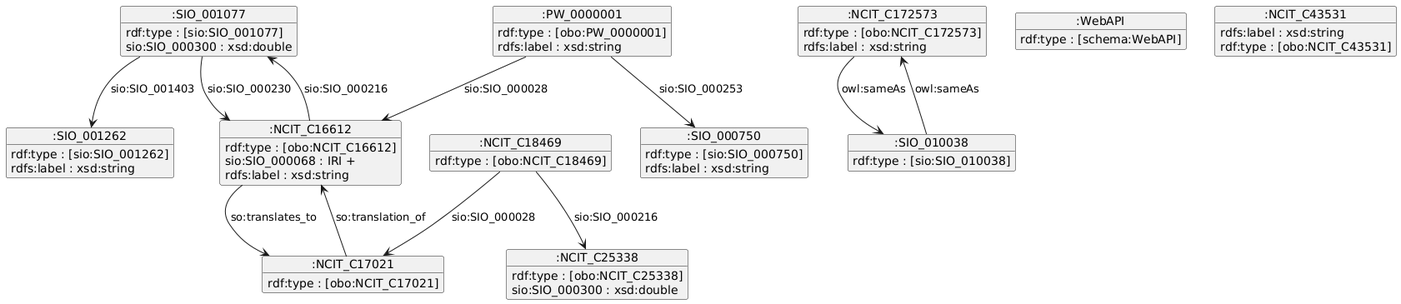
BioDataFuse/pyBiodatafuse keeps this PlantUML diagram as examples/data/gene_to_graph_workflow/BDF_example_shacl.png. Above is the earlier version.
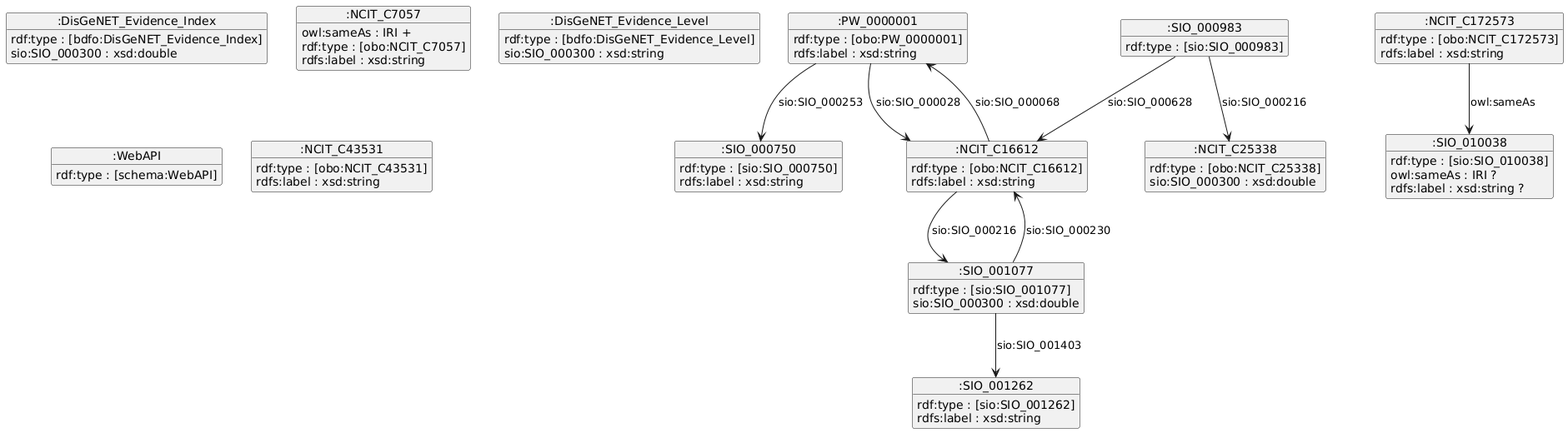
Later version of the same file.

The edit, as a diff of the source:
```diff
@@ -1,22 +1,41 @@
 @startuml
+object ":PW_0000001" as _PW_0000001 {
+rdf:type : [obo:PW_0000001]
+rdfs:label : xsd:string
+}
+
+object ":SIO_010038" as _SIO_010038 {
+rdf:type : [sio:SIO_010038]
+owl:sameAs : IRI ?
+rdfs:label : xsd:string ?
+}
+
+object ":SIO_000983" as _SIO_000983 {
+rdf:type : [sio:SIO_000983]
+}
+
+object ":DisGeNET_Evidence_Index" as _DisGeNET_Evidence_Index {
+rdf:type : [bdfo:DisGeNET_Evidence_Index]
+sio:SIO_000300 : xsd:double
+}
+
+object ":NCIT_C25338" as _NCIT_C25338 {
+rdf:type : [obo:NCIT_C25338]
+sio:SIO_000300 : xsd:double
+}
+
 object ":SIO_001077" as _SIO_001077 {
 rdf:type : [sio:SIO_001077]
 sio:SIO_000300 : xsd:double
 }
 
-object ":NCIT_C16612" as _NCIT_C16612 {
-rdf:type : [obo:NCIT_C16612]
-sio:SIO_000068 : IRI +
+object ":NCIT_C172573" as _NCIT_C172573 {
+rdf:type : [obo:NCIT_C172573]
 rdfs:label : xsd:string
 }
 
-object ":PW_0000001" as _PW_0000001 {
-rdf:type : [obo:PW_0000001]
-rdfs:label : xsd:string
-}
-
-object ":NCIT_C172573" as _NCIT_C172573 {
-rdf:type : [obo:NCIT_C172573]
+object ":SIO_000750" as _SIO_000750 {
+rdf:type : [sio:SIO_000750]
 rdfs:label : xsd:string
 }
 
@@ -25,46 +44,38 @@
 rdfs:label : xsd:string
 }
 
-object ":SIO_010038" as _SIO_010038 {
-rdf:type : [sio:SIO_010038]
+object ":NCIT_C7057" as _NCIT_C7057 {
+owl:sameAs : IRI +
+rdf:type : [obo:NCIT_C7057]
+rdfs:label : xsd:string
 }
 
-object ":NCIT_C18469" as _NCIT_C18469 {
-rdf:type : [obo:NCIT_C18469]
+object ":DisGeNET_Evidence_Level" as _DisGeNET_Evidence_Level {
+rdf:type : [bdfo:DisGeNET_Evidence_Level]
+sio:SIO_000300 : xsd:string
 }
 
-object ":NCIT_C25338" as _NCIT_C25338 {
-rdf:type : [obo:NCIT_C25338]
-sio:SIO_000300 : xsd:double
+object ":NCIT_C16612" as _NCIT_C16612 {
+rdf:type : [obo:NCIT_C16612]
+rdfs:label : xsd:string
 }
 
 object ":WebAPI" as _WebAPI {
 rdf:type : [schema:WebAPI]
 }
 
-object ":SIO_000750" as _SIO_000750 {
-rdf:type : [sio:SIO_000750]
+object ":NCIT_C43531" as _NCIT_C43531 {
+rdf:type : [obo:NCIT_C43531]
 rdfs:label : xsd:string
 }
 
-object ":NCIT_C17021" as _NCIT_C17021 {
-rdf:type : [obo:NCIT_C17021]
-}
-
-object ":NCIT_C43531" as _NCIT_C43531 {
-rdfs:label : xsd:string
-rdf:type : [obo:NCIT_C43531]
-}
-
+_PW_0000001 --> _NCIT_C16612 : sio:SIO_000028
+_PW_0000001 --> _SIO_000750 : sio:SIO_000253
+_SIO_000983 --> _NCIT_C25338 : sio:SIO_000216
+_SIO_000983 --> _NCIT_C16612 : sio:SIO_000628
 _SIO_001077 --> _SIO_001262 : sio:SIO_001403
 _SIO_001077 --> _NCIT_C16612 : sio:SIO_000230
+_NCIT_C172573 --> _SIO_010038 : owl:sameAs
+_NCIT_C16612 --> _PW_0000001 : sio:SIO_000068
 _NCIT_C16612 --> _SIO_001077 : sio:SIO_000216
-_NCIT_C16612 --> _NCIT_C17021 : so:translates_to
-_PW_0000001 --> _SIO_000750 : sio:SIO_000253
-_PW_0000001 --> _NCIT_C16612 : sio:SIO_000028
-_NCIT_C172573 --> _SIO_010038 : owl:sameAs
-_SIO_010038 --> _NCIT_C172573 : owl:sameAs
-_NCIT_C18469 --> _NCIT_C25338 : sio:SIO_000216
-_NCIT_C18469 --> _NCIT_C17021 : sio:SIO_000028
-_NCIT_C17021 --> _NCIT_C16612 : so:translation_of
 @enduml
```
